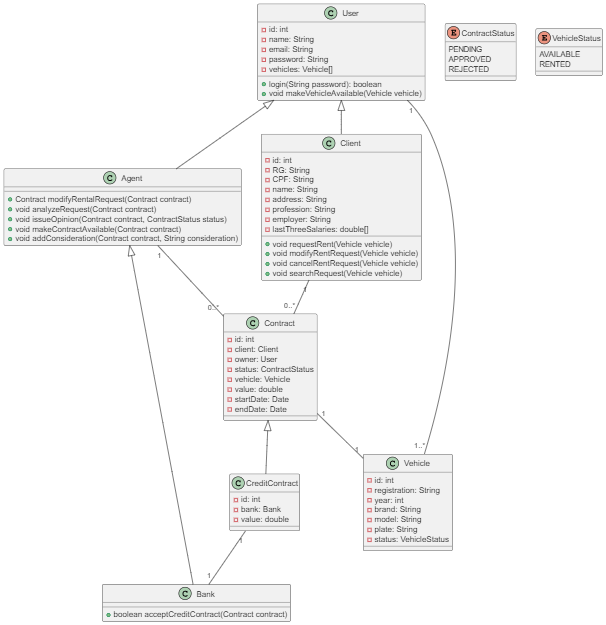
Before: projeto 2/project/classDiagram.png, a diagram exported from PlantUML (migueltico2/laboratorio-de-desenvolvimento-de-software). Its source is kept beside it as projeto 2/project/classDiagram.plantuml. Its diagram source:
```plantuml
@startuml

class User {
    -id: Long
    -name: String
    -email: String
    -password: String
    -vehicles: List<Vehicle>
    +login(String password): boolean
    +void makeVehicleAvailable(Vehicle vehicle)
}

class Client {
    -id: Long
    -RG: String
    -CPF: String
    -address: String
    -profession: String
    -employer: String
    -lastThreeSalaries: double[]
    +void requestRent(Vehicle vehicle)
    +void modifyRentRequest(Vehicle vehicle)
    +void cancelRentRequest(Vehicle vehicle)
    +void searchRequest(Vehicle vehicle)
}


class Agent {
    +Contract modifyRentalRequest(Contract contract)
    +void analyzeRequest(Contract contract)
    +void issueOpinion(Contract contract, ContractStatus status)
    +void makeContractAvailable(Contract contract)
    +void addConsideration(Contract contract, String consideration)
}

class Bank {
    +boolean acceptCreditContract(Contract contract)
}

class Contract {
    -id: int
    -client: Client
    -owner: User
    -status: ContractStatus
    -vehicle: Vehicle
    -value: double
    -startDate: Date
    -endDate: Date
}

class CreditContract {
    -id: int
    -credit: double
}

class Vehicle {
    -id: int
    -registration: String
    -year: int
    -brand: String
    -model: String
    -plate: String
    -status: VehicleStatus
}

enum ContractStatus {
    PENDING
    APPROVED
    REJECTED
}

enum VehicleStatus {
    AVAILABLE
    RENTED
}

User <|-- Agent
User <|-- Client
User "1" -- "0..*" Vehicle
Contract <|-- CreditContract
Client "1" -- "0..*" Contract
CreditContract "1" -- "1" Bank
Contract "1" -- "1" Vehicle
Agent <|-- Bank
Agent "1" -- "0..*" Contract
@enduml
```
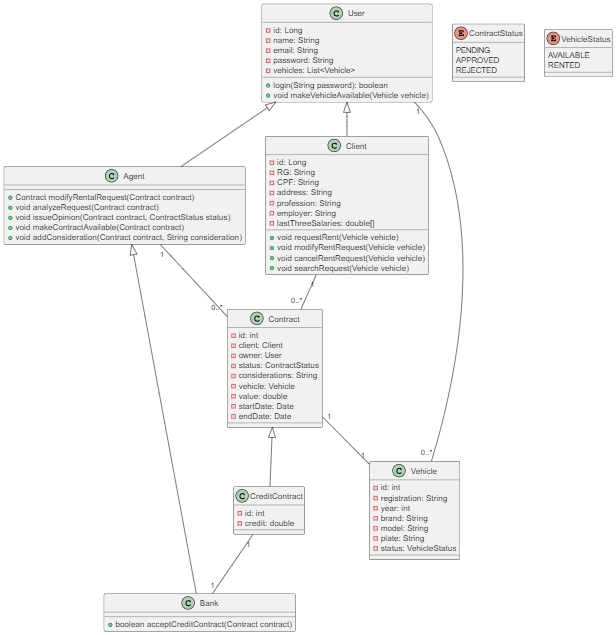
After the commit.

The edit, as a diff of the source:
```diff
@@ -42,6 +42,7 @@
     -client: Client
     -owner: User
     -status: ContractStatus
+    -considerations: String
     -vehicle: Vehicle
     -value: double
     -startDate: Date
```
